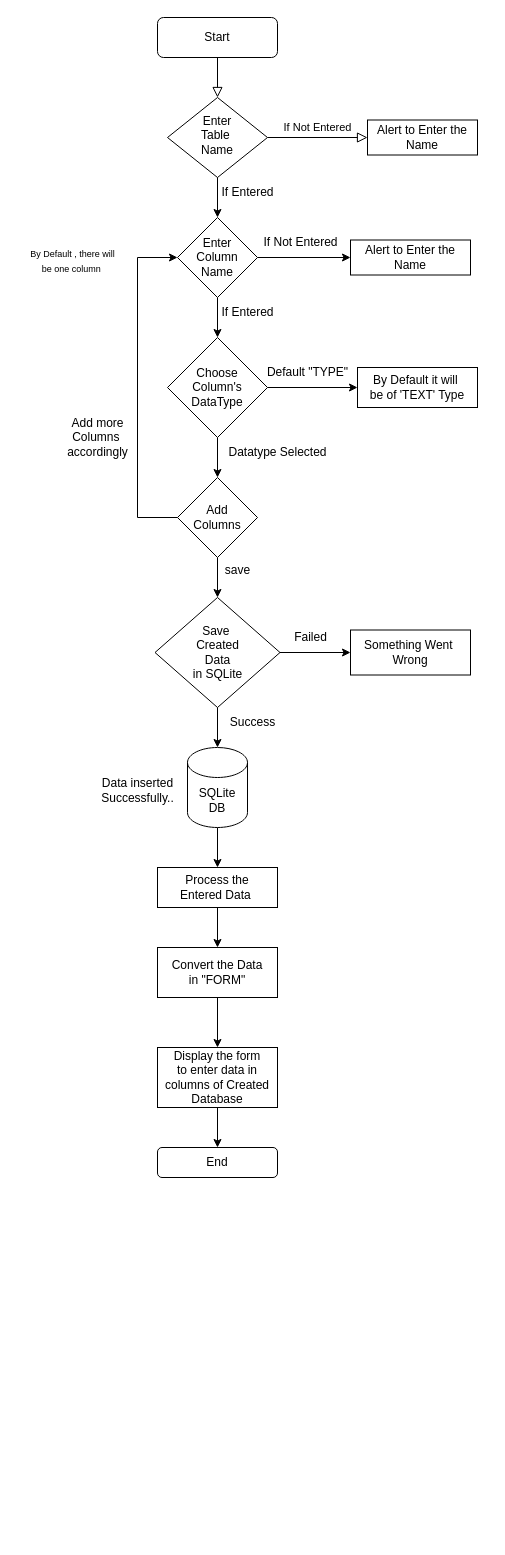
Before: DatabaseCreation.drawio in MohitThakur001/FlowCharts, a draw.io diagram. Source tidied: cells renumbered, new cells numbered last; positions are measured from the earlier drawing's top-left corner, leaving out a move shared by most shapes. Both pictures are drawn from the tidied source at 100%, with x=0, y=0 at pixel (17, 17).
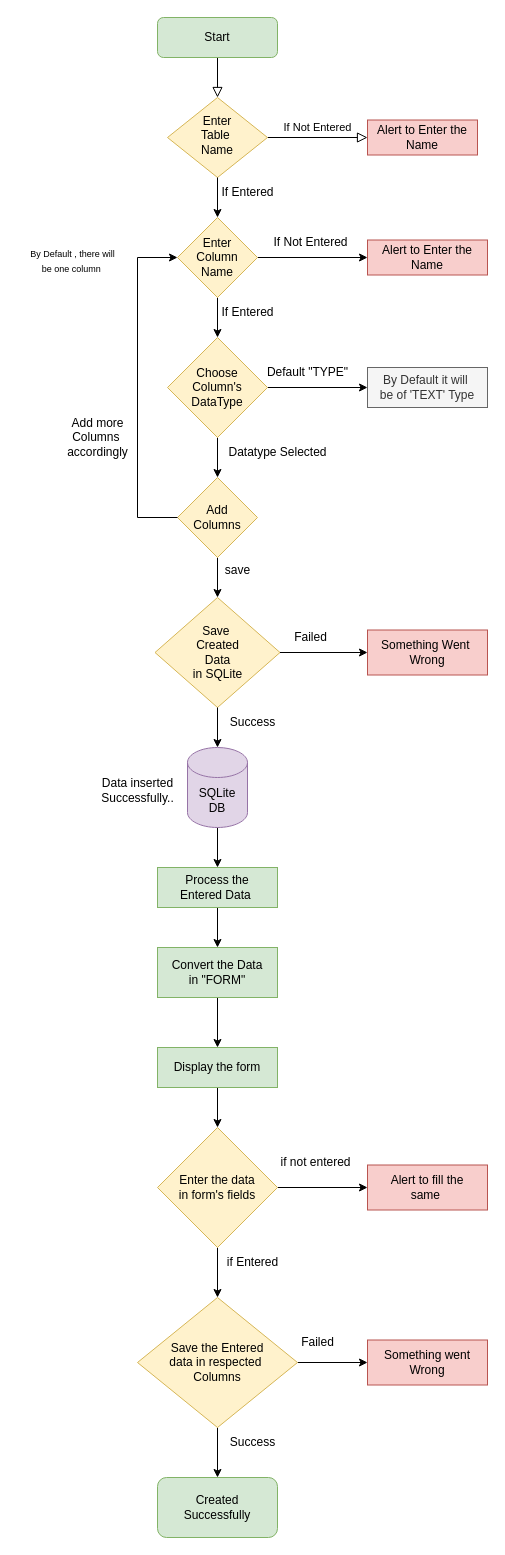
Above is the later version.

Diff of the diagram source:
```diff
@@
-    <mxCell id="3" value="Start" style="rounded=1;whiteSpace=wrap;html=1;fontSize=12;glass=0;strokeWidth=1;shadow=0;" parent="1" vertex="1">
+    <mxCell id="3" value="Start" style="rounded=1;whiteSpace=wrap;html=1;fontSize=12;glass=0;strokeWidth=1;shadow=0;fillColor=#d5e8d4;strokeColor=#82b366;" parent="1" vertex="1">
       <mxGeometry x="140" width="120" height="40" as="geometry" />
     </mxCell>
@@
-    <mxCell id="5" value="Enter&lt;br&gt;Table&amp;nbsp;&lt;br&gt;Name" style="rhombus;whiteSpace=wrap;html=1;shadow=0;fontFamily=Helvetica;fontSize=12;align=center;strokeWidth=1;spacing=6;spacingTop=-4;" parent="1" vertex="1">
+    <mxCell id="5" value="Enter&lt;br&gt;Table&amp;nbsp;&lt;br&gt;Name" style="rhombus;whiteSpace=wrap;html=1;shadow=0;fontFamily=Helvetica;fontSize=12;align=center;strokeWidth=1;spacing=6;spacingTop=-4;fillColor=#fff2cc;strokeColor=#d6b656;" parent="1" vertex="1">
       <mxGeometry x="150" y="80" width="100" height="80" as="geometry" />
     </mxCell>
@@
-    <mxCell id="10" value="Enter &lt;br&gt;Column &lt;br&gt;Name" style="rhombus;whiteSpace=wrap;html=1;" parent="1" vertex="1">
+    <mxCell id="10" value="Enter &lt;br&gt;Column &lt;br&gt;Name" style="rhombus;whiteSpace=wrap;html=1;fillColor=#fff2cc;strokeColor=#d6b656;" parent="1" vertex="1">
       <mxGeometry x="160" y="200" width="80" height="80" as="geometry" />
     </mxCell>
-    <mxCell id="11" value="Alert to Enter the Name" style="whiteSpace=wrap;html=1;" parent="1" vertex="1">
-      <mxGeometry x="333" y="222.5" width="120" height="35" as="geometry" />
+    <mxCell id="11" value="Alert to Enter the Name" style="whiteSpace=wrap;html=1;fillColor=#f8cecc;strokeColor=#b85450;" parent="1" vertex="1">
+      <mxGeometry x="350" y="222.5" width="120" height="35" as="geometry" />
     </mxCell>
-    <mxCell id="12" value="Alert to Enter the Name" style="rounded=0;whiteSpace=wrap;html=1;" parent="1" vertex="1">
+    <mxCell id="12" value="Alert to Enter the Name" style="rounded=0;whiteSpace=wrap;html=1;fillColor=#f8cecc;strokeColor=#b85450;" parent="1" vertex="1">
       <mxGeometry x="350" y="102.5" width="110" height="35" as="geometry" />
     </mxCell>
     <mxCell id="13" value="If Not Entered" style="text;html=1;align=center;verticalAlign=middle;strokeColor=none;fillColor=none;" parent="1" vertex="1">
-      <mxGeometry x="233" y="210" width="100" height="30" as="geometry" />
+      <mxGeometry x="242.5" y="210" width="100" height="30" as="geometry" />
     </mxCell>
@@
-    <mxCell id="17" value="Choose&lt;br&gt;Column's&lt;br&gt;DataType" style="rhombus;whiteSpace=wrap;html=1;" parent="1" vertex="1">
+    <mxCell id="17" value="Choose&lt;br&gt;Column's&lt;br&gt;DataType" style="rhombus;whiteSpace=wrap;html=1;fillColor=#fff2cc;strokeColor=#d6b656;" parent="1" vertex="1">
       <mxGeometry x="150" y="320" width="100" height="100" as="geometry" />
     </mxCell>
@@
-    <mxCell id="19" value="By Default it will&amp;nbsp;&lt;br&gt;be of 'TEXT' Type" style="whiteSpace=wrap;html=1;" parent="1" vertex="1">
-      <mxGeometry x="340" y="350" width="120" height="40" as="geometry" />
+    <mxCell id="19" value="By Default it will&amp;nbsp;&lt;br&gt;be of 'TEXT' Type" style="whiteSpace=wrap;html=1;fillColor=#f5f5f5;fontColor=#333333;strokeColor=#666666;" parent="1" vertex="1">
+      <mxGeometry x="350" y="350" width="120" height="40" as="geometry" />
     </mxCell>
@@
-    <mxCell id="23" value="Add &lt;br&gt;Columns" style="rhombus;whiteSpace=wrap;html=1;" parent="1" vertex="1">
+    <mxCell id="23" value="Add &lt;br&gt;Columns" style="rhombus;whiteSpace=wrap;html=1;fillColor=#fff2cc;strokeColor=#d6b656;" parent="1" vertex="1">
       <mxGeometry x="160" y="460" width="80" height="80" as="geometry" />
     </mxCell>
@@
-    <mxCell id="28" value="Save&amp;nbsp;&lt;br&gt;Created&lt;br&gt;Data&lt;br&gt;in SQLite&lt;br&gt;" style="rhombus;whiteSpace=wrap;html=1;" parent="1" vertex="1">
+    <mxCell id="28" value="Save&amp;nbsp;&lt;br&gt;Created&lt;br&gt;Data&lt;br&gt;in SQLite&lt;br&gt;" style="rhombus;whiteSpace=wrap;html=1;fillColor=#fff2cc;strokeColor=#d6b656;" parent="1" vertex="1">
       <mxGeometry x="137.5" y="580" width="125" height="110" as="geometry" />
     </mxCell>
@@
-    <mxCell id="30" value="Something Went&amp;nbsp;&lt;br&gt;Wrong" style="whiteSpace=wrap;html=1;" parent="1" vertex="1">
-      <mxGeometry x="333" y="612.5" width="120" height="45" as="geometry" />
+    <mxCell id="30" value="Something Went&amp;nbsp;&lt;br&gt;Wrong" style="whiteSpace=wrap;html=1;fillColor=#f8cecc;strokeColor=#b85450;" parent="1" vertex="1">
+      <mxGeometry x="350" y="612.5" width="120" height="45" as="geometry" />
     </mxCell>
@@
-    <mxCell id="34" value="SQLite&lt;br&gt;DB" style="shape=cylinder3;whiteSpace=wrap;html=1;boundedLbl=1;backgroundOutline=1;size=15;" parent="1" vertex="1">
+    <mxCell id="34" value="SQLite&lt;br&gt;DB" style="shape=cylinder3;whiteSpace=wrap;html=1;boundedLbl=1;backgroundOutline=1;size=15;fillColor=#e1d5e7;strokeColor=#9673a6;" parent="1" vertex="1">
       <mxGeometry x="170" y="730" width="60" height="80" as="geometry" />
     </mxCell>
@@
-    <mxCell id="38" value="Process the &lt;br&gt;Entered Data&amp;nbsp;" style="whiteSpace=wrap;html=1;" parent="1" vertex="1">
+    <mxCell id="38" value="Process the &lt;br&gt;Entered Data&amp;nbsp;" style="whiteSpace=wrap;html=1;fillColor=#d5e8d4;strokeColor=#82b366;" parent="1" vertex="1">
       <mxGeometry x="140" y="850" width="120" height="40" as="geometry" />
     </mxCell>
@@
-    <mxCell id="40" value="Convert the Data&lt;br&gt;in &quot;FORM&quot;" style="whiteSpace=wrap;html=1;" parent="1" vertex="1">
+    <mxCell id="40" value="Convert the Data&lt;br&gt;in &quot;FORM&quot;" style="whiteSpace=wrap;html=1;fillColor=#d5e8d4;strokeColor=#82b366;" parent="1" vertex="1">
       <mxGeometry x="140" y="930" width="120" height="50" as="geometry" />
     </mxCell>
-    <mxCell id="41" style="edgeStyle=orthogonalEdgeStyle;rounded=0;jettySize=auto;html=1;entryX=0.5;entryY=0;entryDx=0;entryDy=0;" parent="1" edge="1" source="42" target="43">
+    <mxCell id="41" style="edgeStyle=orthogonalEdgeStyle;rounded=0;jettySize=auto;html=1;entryX=0.5;entryY=0;entryDx=0;entryDy=0;" parent="1" edge="1" source="42" target="46">
       <mxGeometry relative="1" as="geometry" />
     </mxCell>
-    <mxCell id="42" value="Display the form&lt;br&gt;to enter data in columns of Created Database" style="whiteSpace=wrap;html=1;" parent="1" vertex="1">
-      <mxGeometry x="140" y="1030" width="120" height="60" as="geometry" />
+    <mxCell id="42" value="Display the form" style="whiteSpace=wrap;html=1;fillColor=#d5e8d4;strokeColor=#82b366;" parent="1" vertex="1">
+      <mxGeometry x="140" y="1030" width="120" height="40" as="geometry" />
     </mxCell>
-    <mxCell id="43" value="End" style="rounded=1;whiteSpace=wrap;html=1;" parent="1" vertex="1">
-      <mxGeometry x="140" y="1130" width="120" height="30" as="geometry" />
-    </mxCell>
+    <mxCell id="44" style="edgeStyle=orthogonalEdgeStyle;rounded=0;jettySize=auto;html=1;" parent="1" edge="1" source="46" target="47">
+      <mxGeometry relative="1" as="geometry" />
+    </mxCell>
+    <mxCell id="45" style="edgeStyle=orthogonalEdgeStyle;rounded=0;jettySize=auto;html=1;" parent="1" edge="1" source="46" target="51">
+      <mxGeometry relative="1" as="geometry" />
+    </mxCell>
+    <mxCell id="46" value="Enter the data&lt;br&gt;in form's fields" style="rhombus;whiteSpace=wrap;html=1;fillColor=#fff2cc;strokeColor=#d6b656;" parent="1" vertex="1">
+      <mxGeometry x="140" y="1110" width="120" height="120" as="geometry" />
+    </mxCell>
+    <mxCell id="47" value="Alert to fill the &lt;br&gt;same&amp;nbsp;" style="whiteSpace=wrap;html=1;fillColor=#f8cecc;strokeColor=#b85450;" parent="1" vertex="1">
+      <mxGeometry x="350" y="1147.5" width="120" height="45" as="geometry" />
+    </mxCell>
+    <mxCell id="48" value="if not entered" style="text;html=1;align=center;verticalAlign=middle;strokeColor=none;fillColor=none;" parent="1" vertex="1">
+      <mxGeometry x="252.5" y="1130" width="90" height="30" as="geometry" />
+    </mxCell>
+    <mxCell id="49" style="edgeStyle=orthogonalEdgeStyle;rounded=0;jettySize=auto;html=1;" parent="1" edge="1" source="51" target="53">
+      <mxGeometry relative="1" as="geometry" />
+    </mxCell>
+    <mxCell id="50" style="edgeStyle=orthogonalEdgeStyle;rounded=0;jettySize=auto;html=1;entryX=0.5;entryY=0;entryDx=0;entryDy=0;" parent="1" edge="1" source="51" target="56">
+      <mxGeometry relative="1" as="geometry" />
+    </mxCell>
+    <mxCell id="51" value="Save the Entered &lt;br&gt;data in respected&amp;nbsp;&lt;br&gt;Columns" style="rhombus;whiteSpace=wrap;html=1;fillColor=#fff2cc;strokeColor=#d6b656;" parent="1" vertex="1">
+      <mxGeometry x="120" y="1280" width="160" height="130" as="geometry" />
+    </mxCell>
+    <mxCell id="52" value="if Entered" style="text;html=1;align=center;verticalAlign=middle;strokeColor=none;fillColor=none;" parent="1" vertex="1">
+      <mxGeometry x="200" y="1230" width="70" height="30" as="geometry" />
+    </mxCell>
+    <mxCell id="53" value="Something went&lt;br&gt;Wrong" style="whiteSpace=wrap;html=1;fillColor=#f8cecc;strokeColor=#b85450;" parent="1" vertex="1">
+      <mxGeometry x="350" y="1322.5" width="120" height="45" as="geometry" />
+    </mxCell>
+    <mxCell id="54" value="Success" style="text;html=1;align=center;verticalAlign=middle;strokeColor=none;fillColor=none;" parent="1" vertex="1">
+      <mxGeometry x="200" y="1410" width="70" height="30" as="geometry" />
+    </mxCell>
+    <mxCell id="55" value="Failed" style="text;html=1;align=center;verticalAlign=middle;strokeColor=none;fillColor=none;" parent="1" vertex="1">
+      <mxGeometry x="270" y="1310" width="60" height="30" as="geometry" />
+    </mxCell>
+    <mxCell id="56" value="Created &lt;br&gt;Successfully" style="rounded=1;whiteSpace=wrap;html=1;fillColor=#d5e8d4;strokeColor=#82b366;" parent="1" vertex="1">
+      <mxGeometry x="140" y="1460" width="120" height="60" as="geometry" />
+    </mxCell>
```
